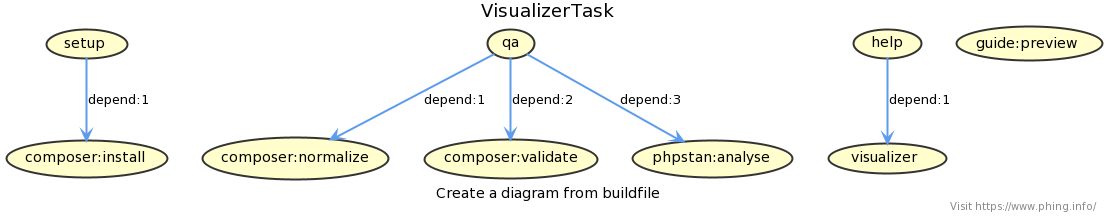
The PlantUML diagram build.png in phingofficial/phing, before a commit.
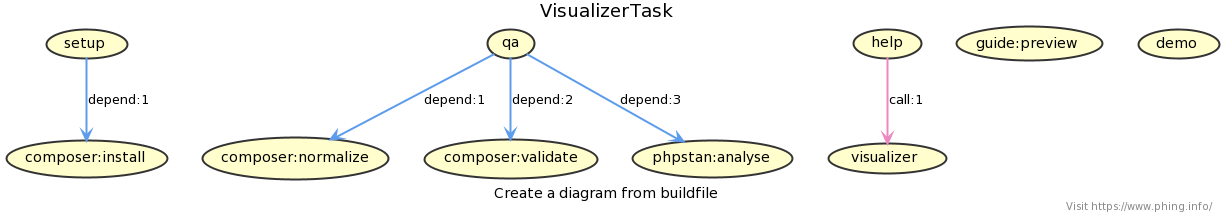
Above is the later version.

The edit, as a diff of the source:
```diff
@@ -26,14 +26,15 @@
 (qa) -[#5D9CEC]-> (composer:normalize) : depend:1
 (qa) -[#5D9CEC]-> (composer:validate) : depend:2
 (qa) -[#5D9CEC]-> (phpstan:analyse) : depend:3
-(help) -[#5D9CEC]-> (visualizer) : depend:1
+(help) -[#EC87C0]-> (visualizer) : call:1
 (setup)
 (qa)
+(help)
 (visualizer)
-(help)
 (composer:normalize)
 (composer:install)
 (composer:validate)
 (phpstan:analyse)
 (guide:preview)
+(demo)
 @enduml
```
